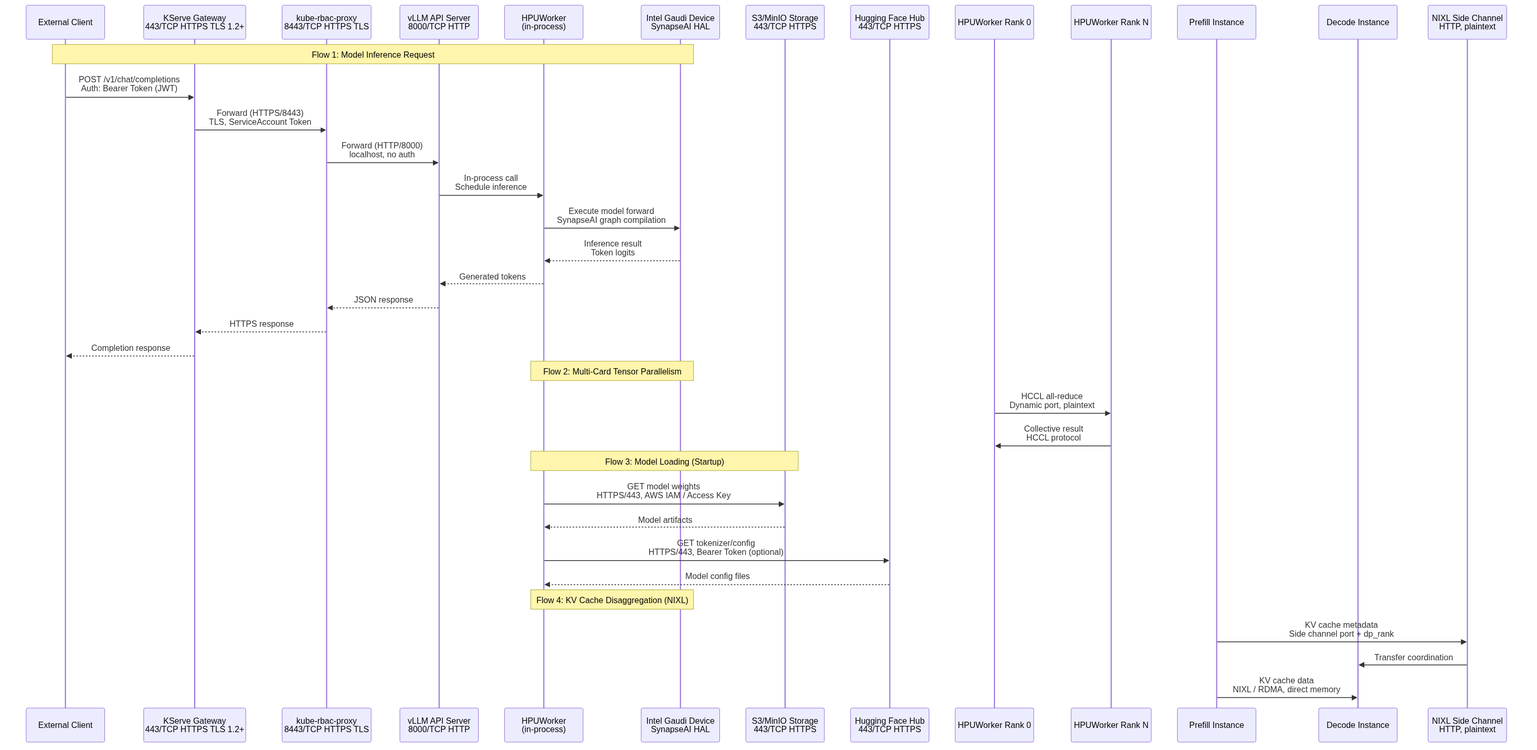
Before: architecture/rhoai.next/diagrams/vllm-gaudi-dataflow.png, a diagram exported from Mermaid (rhuss/architecture-context). Its source is kept beside it as architecture/rhoai.next/diagrams/vllm-gaudi-dataflow.mmd. Its diagram source:
```mermaid
sequenceDiagram
    participant Client as External Client
    participant GW as KServe Gateway<br/>443/TCP HTTPS TLS 1.2+
    participant RBAC as kube-rbac-proxy<br/>8443/TCP HTTPS TLS
    participant API as vLLM API Server<br/>8000/TCP HTTP
    participant Worker as HPUWorker<br/>(in-process)
    participant Gaudi as Intel Gaudi Device<br/>SynapseAI HAL
    participant S3 as S3/MinIO Storage<br/>443/TCP HTTPS
    participant HF as Hugging Face Hub<br/>443/TCP HTTPS

    Note over Client, Gaudi: Flow 1: Model Inference Request

    Client->>GW: POST /v1/chat/completions<br/>Auth: Bearer Token (JWT)
    GW->>RBAC: Forward (HTTPS/8443)<br/>TLS, ServiceAccount Token
    RBAC->>API: Forward (HTTP/8000)<br/>localhost, no auth
    API->>Worker: In-process call<br/>Schedule inference
    Worker->>Gaudi: Execute model forward<br/>SynapseAI graph compilation
    Gaudi-->>Worker: Inference result<br/>Token logits
    Worker-->>API: Generated tokens
    API-->>RBAC: JSON response
    RBAC-->>GW: HTTPS response
    GW-->>Client: Completion response

    Note over Worker, Gaudi: Flow 2: Multi-Card Tensor Parallelism

    participant W0 as HPUWorker Rank 0
    participant WN as HPUWorker Rank N

    W0->>WN: HCCL all-reduce<br/>Dynamic port, plaintext
    WN->>W0: Collective result<br/>HCCL protocol

    Note over Worker, S3: Flow 3: Model Loading (Startup)

    Worker->>S3: GET model weights<br/>HTTPS/443, AWS IAM / Access Key
    S3-->>Worker: Model artifacts
    Worker->>HF: GET tokenizer/config<br/>HTTPS/443, Bearer Token (optional)
    HF-->>Worker: Model config files

    Note over Worker, Gaudi: Flow 4: KV Cache Disaggregation (NIXL)

    participant Prefill as Prefill Instance
    participant Decode as Decode Instance
    participant SideCh as NIXL Side Channel<br/>HTTP, plaintext

    Prefill->>SideCh: KV cache metadata<br/>Side channel port + dp_rank
    SideCh->>Decode: Transfer coordination
    Prefill->>Decode: KV cache data<br/>NIXL / RDMA, direct memory
```
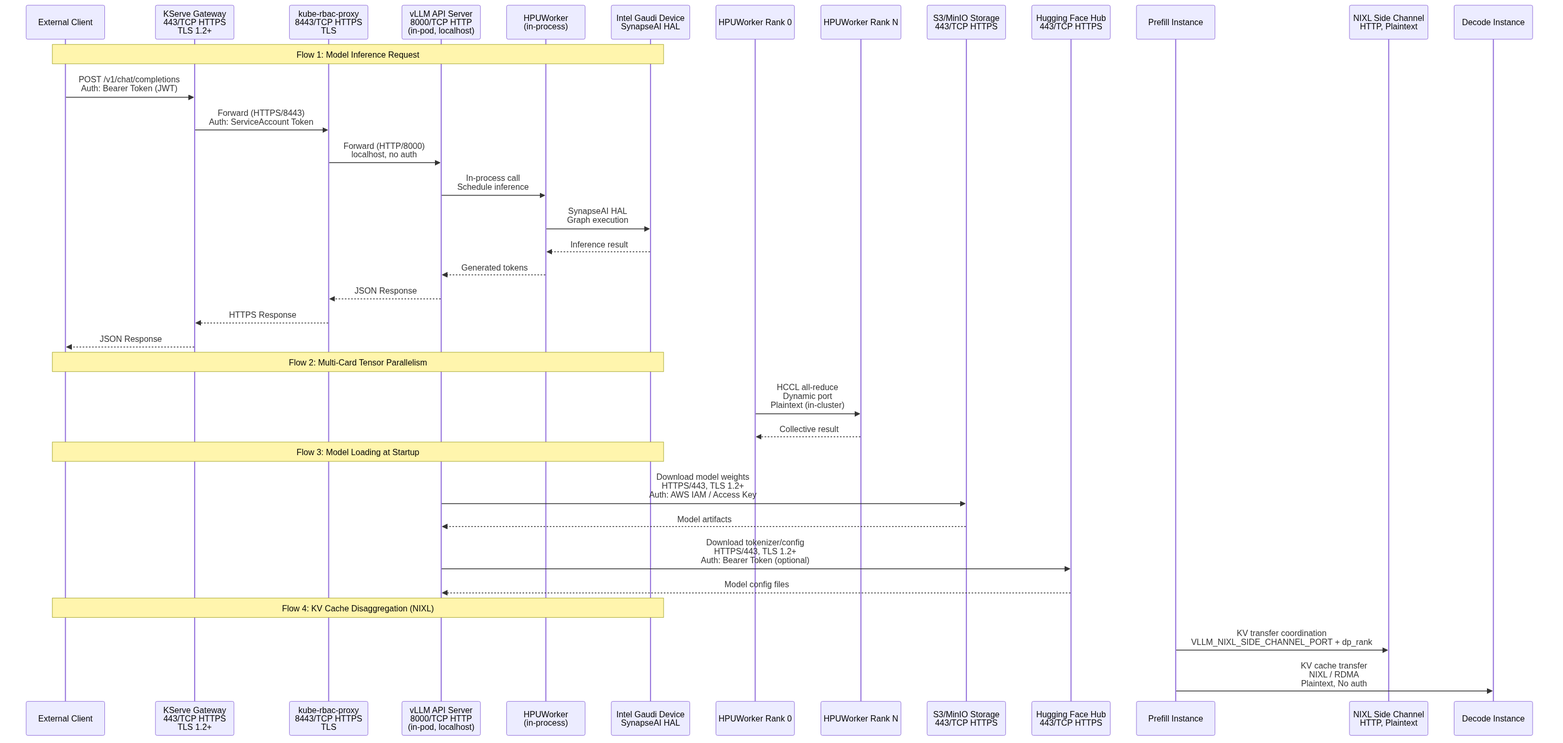
After the change.

Diff of the diagram source:
```diff
@@ -1,47 +1,47 @@
 sequenceDiagram
     participant Client as External Client
-    participant GW as KServe Gateway<br/>443/TCP HTTPS TLS 1.2+
-    participant RBAC as kube-rbac-proxy<br/>8443/TCP HTTPS TLS
-    participant API as vLLM API Server<br/>8000/TCP HTTP
+    participant KServeGW as KServe Gateway<br/>443/TCP HTTPS<br/>TLS 1.2+
+    participant RBAC as kube-rbac-proxy<br/>8443/TCP HTTPS<br/>TLS
+    participant API as vLLM API Server<br/>8000/TCP HTTP<br/>(in-pod, localhost)
     participant Worker as HPUWorker<br/>(in-process)
     participant Gaudi as Intel Gaudi Device<br/>SynapseAI HAL
+
+    Note over Client,Gaudi: Flow 1: Model Inference Request
+
+    Client->>KServeGW: POST /v1/chat/completions<br/>Auth: Bearer Token (JWT)
+    KServeGW->>RBAC: Forward (HTTPS/8443)<br/>Auth: ServiceAccount Token
+    RBAC->>API: Forward (HTTP/8000)<br/>localhost, no auth
+    API->>Worker: In-process call<br/>Schedule inference
+    Worker->>Gaudi: SynapseAI HAL<br/>Graph execution
+    Gaudi-->>Worker: Inference result
+    Worker-->>API: Generated tokens
+    API-->>RBAC: JSON Response
+    RBAC-->>KServeGW: HTTPS Response
+    KServeGW-->>Client: JSON Response
+
+    Note over Client,Gaudi: Flow 2: Multi-Card Tensor Parallelism
+
+    participant Worker0 as HPUWorker Rank 0
+    participant WorkerN as HPUWorker Rank N
+
+    Worker0->>WorkerN: HCCL all-reduce<br/>Dynamic port<br/>Plaintext (in-cluster)
+    WorkerN-->>Worker0: Collective result
+
+    Note over Client,Gaudi: Flow 3: Model Loading at Startup
+
     participant S3 as S3/MinIO Storage<br/>443/TCP HTTPS
     participant HF as Hugging Face Hub<br/>443/TCP HTTPS
 
-    Note over Client, Gaudi: Flow 1: Model Inference Request
+    API->>S3: Download model weights<br/>HTTPS/443, TLS 1.2+<br/>Auth: AWS IAM / Access Key
+    S3-->>API: Model artifacts
+    API->>HF: Download tokenizer/config<br/>HTTPS/443, TLS 1.2+<br/>Auth: Bearer Token (optional)
+    HF-->>API: Model config files
 
-    Client->>GW: POST /v1/chat/completions<br/>Auth: Bearer Token (JWT)
-    GW->>RBAC: Forward (HTTPS/8443)<br/>TLS, ServiceAccount Token
-    RBAC->>API: Forward (HTTP/8000)<br/>localhost, no auth
-    API->>Worker: In-process call<br/>Schedule inference
-    Worker->>Gaudi: Execute model forward<br/>SynapseAI graph compilation
-    Gaudi-->>Worker: Inference result<br/>Token logits
-    Worker-->>API: Generated tokens
-    API-->>RBAC: JSON response
-    RBAC-->>GW: HTTPS response
-    GW-->>Client: Completion response
-
-    Note over Worker, Gaudi: Flow 2: Multi-Card Tensor Parallelism
-
-    participant W0 as HPUWorker Rank 0
-    participant WN as HPUWorker Rank N
-
-    W0->>WN: HCCL all-reduce<br/>Dynamic port, plaintext
-    WN->>W0: Collective result<br/>HCCL protocol
-
-    Note over Worker, S3: Flow 3: Model Loading (Startup)
-
-    Worker->>S3: GET model weights<br/>HTTPS/443, AWS IAM / Access Key
-    S3-->>Worker: Model artifacts
-    Worker->>HF: GET tokenizer/config<br/>HTTPS/443, Bearer Token (optional)
-    HF-->>Worker: Model config files
-
-    Note over Worker, Gaudi: Flow 4: KV Cache Disaggregation (NIXL)
+    Note over Client,Gaudi: Flow 4: KV Cache Disaggregation (NIXL)
 
     participant Prefill as Prefill Instance
+    participant NIXL as NIXL Side Channel<br/>HTTP, Plaintext
     participant Decode as Decode Instance
-    participant SideCh as NIXL Side Channel<br/>HTTP, plaintext
 
-    Prefill->>SideCh: KV cache metadata<br/>Side channel port + dp_rank
-    SideCh->>Decode: Transfer coordination
-    Prefill->>Decode: KV cache data<br/>NIXL / RDMA, direct memory
+    Prefill->>NIXL: KV transfer coordination<br/>VLLM_NIXL_SIDE_CHANNEL_PORT + dp_rank
+    Prefill->>Decode: KV cache transfer<br/>NIXL / RDMA<br/>Plaintext, No auth
```
